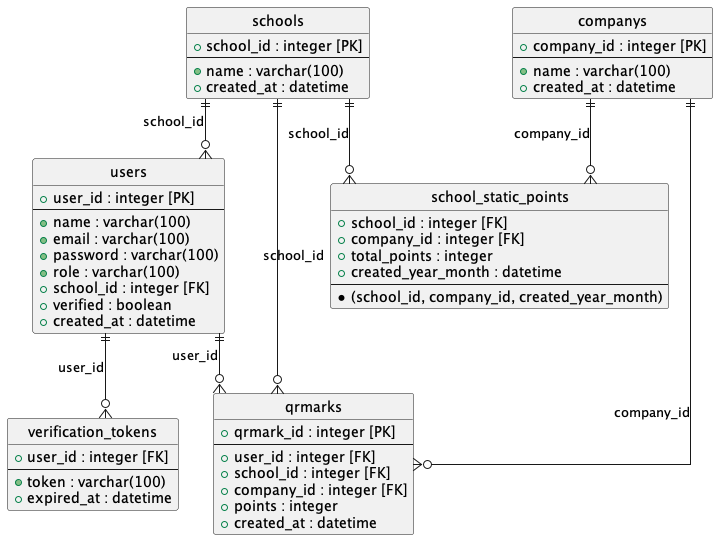
v420v/QRmarkOld keeps this PlantUML diagram as out/sql/ERDiagram/sql.png. Above is the earlier version.
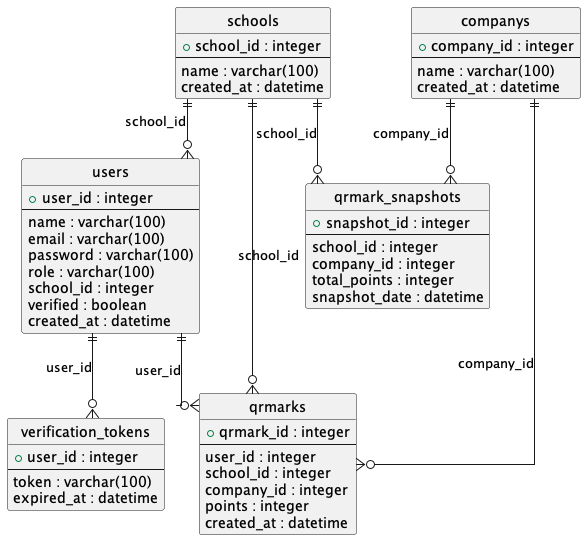
After the commit.

Change to the diagram source:
```diff
@@ -5,63 +5,62 @@
 skinparam linetype ortho
 
 entity "schools" as schools {
-  + school_id : integer [PK]
-  --
-  + name : varchar(100)
-  + created_at : datetime
+    + school_id : integer
+    --
+    name : varchar(100)
+    created_at : datetime
 }
 
 entity "users" as users {
-  + user_id : integer [PK]
-  --
-  + name : varchar(100)
-  + email : varchar(100)
-  + password : varchar(100)
-  + role : varchar(100)
-  + school_id : integer [FK]
-  + verified : boolean
-  + created_at : datetime
+    + user_id : integer
+    --
+    name : varchar(100)
+    email : varchar(100)
+    password : varchar(100)
+    role : varchar(100)
+    school_id : integer
+    verified : boolean
+    created_at : datetime
 }
 
 entity "verification_tokens" as verification_tokens {
-  + user_id : integer [FK]
-  --
-  + token : varchar(100)
-  + expired_at : datetime
+    + user_id : integer
+    --
+    token : varchar(100)
+    expired_at : datetime
 }
 
 entity "companys" as companys {
-  + company_id : integer [PK]
-  --
-  + name : varchar(100)
-  + created_at : datetime
+    + company_id : integer
+    --
+    name : varchar(100)
+    created_at : datetime
 }
 
 entity "qrmarks" as qrmarks {
-  + qrmark_id : integer [PK]
-  --
-  + user_id : integer [FK]
-  + school_id : integer [FK]
-  + company_id : integer [FK]
-  + points : integer
-  + created_at : datetime
+    + qrmark_id : integer
+    --
+    user_id : integer
+    school_id : integer
+    company_id : integer
+    points : integer
+    created_at : datetime
 }
 
-entity "school_static_points" as school_static_points {
-  + school_id : integer [FK]
-  + company_id : integer [FK]
-  + total_points : integer
-  + created_year_month : datetime
-  --
-  * (school_id, company_id, created_year_month)
+entity "qrmark_snapshots" as qrmark_snapshots {
+    + snapshot_id : integer
+    --
+    school_id : integer
+    company_id : integer
+    total_points : integer
+    snapshot_date : datetime
 }
 
 schools ||--o{ users : "school_id"
 users ||--o{ verification_tokens : "user_id"
+schools ||--o{ qrmarks : "school_id"
 users ||--o{ qrmarks : "user_id"
 companys ||--o{ qrmarks : "company_id"
-schools ||--o{ qrmarks : "school_id"
-schools ||--o{ school_static_points : "school_id"
-companys ||--o{ school_static_points : "company_id"
-
+schools ||--o{ qrmark_snapshots : "school_id"
+companys ||--o{ qrmark_snapshots : "company_id"
 @enduml
```
